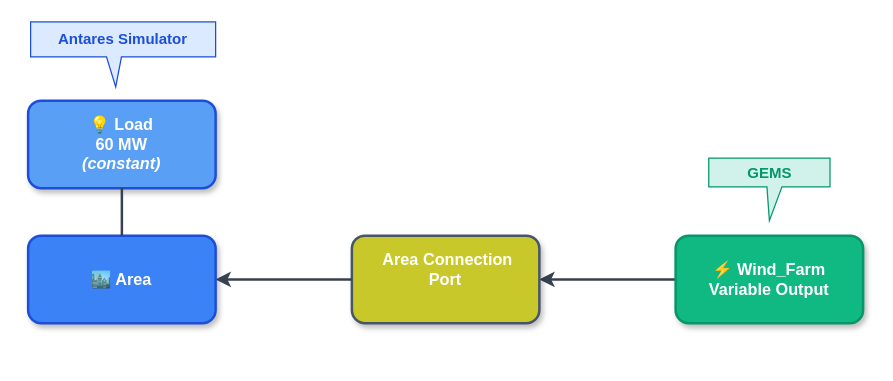
Earlier version of the draw.io diagram doc/assets/4_hybrid_study_scheme.drawio (AntaresSimulatorTeam/GEMS). Source tidied: cells renumbered, new cells numbered last; positions are measured from the earlier drawing's top-left corner, leaving out a move shared by most shapes. Both pictures are drawn from the tidied source at 125%, with x=0, y=0 at pixel (28, 21).
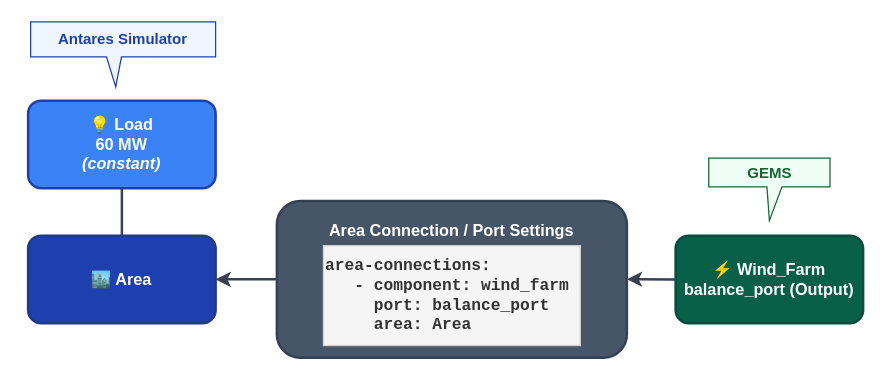
The same diagram, later.

The edit, as a diff of the source:
```diff
@@
 <mxGraphModel>
   <root>
     <mxCell id="0" />
     <mxCell id="1" parent="0" />
-    <mxCell id="2" value="Antares Simulator" style="shape=callout;whiteSpace=wrap;html=1;perimeter=calloutPerimeter;size=24;position=0.41;fillColor=#DBEAFE;strokeColor=#1D4ED8;strokeWidth=1;fontSize=12;fontStyle=1;fontColor=#1D4ED8;base=12;position2=0.46;" parent="1" vertex="1">
+    <mxCell id="2" value="Antares Simulator" style="shape=callout;whiteSpace=wrap;html=1;perimeter=calloutPerimeter;size=24;position=0.41;fillColor=#EFF6FF;strokeColor=#1E40AF;strokeWidth=1;fontSize=12;fontStyle=1;fontColor=#1E40AF;base=12;position2=0.46;" parent="1" vertex="1">
       <mxGeometry x="2" width="148" height="52" as="geometry" />
     </mxCell>
-    <mxCell id="3" value="🏙️ Area" style="rounded=1;whiteSpace=wrap;html=1;fillColor=#3B82F6;strokeColor=#1D4ED8;strokeWidth=2;fontColor=#FFFFFF;fontStyle=1;fontSize=13;shadow=1;" parent="1" vertex="1">
+    <mxCell id="3" value="🏙️ Area" style="rounded=1;whiteSpace=wrap;html=1;fillColor=#1E40AF;strokeColor=#1E3A8A;strokeWidth=2;fontColor=#FFFFFF;fontStyle=1;fontSize=13;" parent="1" vertex="1">
       <mxGeometry y="171" width="150" height="70" as="geometry" />
     </mxCell>
     <mxCell id="4" style="html=1;rounded=1;strokeWidth=2;strokeColor=#374151;exitX=0;exitY=0.5;exitDx=0;exitDy=0;entryX=1;entryY=0.5;entryDx=0;entryDy=0;" parent="1" edge="1" source="6" target="7">
       <mxGeometry relative="1" as="geometry" />
     </mxCell>
-    <mxCell id="5" value="GEMS" style="shape=callout;whiteSpace=wrap;html=1;perimeter=calloutPerimeter;size=27;position=0.48;fillColor=#D1F2EB;strokeColor=#059669;strokeWidth=1;fontSize=12;fontStyle=1;fontColor=#059669;base=12;" parent="1" vertex="1">
+    <mxCell id="5" value="GEMS" style="shape=callout;whiteSpace=wrap;html=1;perimeter=calloutPerimeter;size=27;position=0.48;fillColor=#F0FDF4;strokeColor=#166534;strokeWidth=1;fontSize=12;fontStyle=1;fontColor=#166534;base=12;" parent="1" vertex="1">
       <mxGeometry x="544.5" y="109" width="97" height="50" as="geometry" />
     </mxCell>
-    <mxCell id="6" value="⚡ Wind_Farm&lt;div&gt;Variable Output&lt;/div&gt;" style="rounded=1;whiteSpace=wrap;html=1;fillColor=#10B981;strokeColor=#059669;strokeWidth=2;fontColor=#FFFFFF;fontStyle=1;fontSize=13;shadow=1;" parent="1" vertex="1">
+    <mxCell id="6" value="⚡ Wind_Farm&lt;div&gt;balance_port (Output)&lt;/div&gt;" style="rounded=1;whiteSpace=wrap;html=1;fillColor=#065F46;strokeColor=#064E3B;strokeWidth=2;fontColor=#FFFFFF;fontStyle=1;fontSize=13;" parent="1" vertex="1">
       <mxGeometry x="518" y="171" width="150" height="70" as="geometry" />
     </mxCell>
-    <mxCell id="7" value="&amp;nbsp;Area Connection&lt;div&gt;Port&lt;br&gt;&lt;div&gt;&lt;br&gt;&lt;/div&gt;&lt;/div&gt;" style="rounded=1;whiteSpace=wrap;html=1;fillColor=#C9C82B;strokeColor=#475569;strokeWidth=2;fontColor=#FFFFFF;fontStyle=1;fontSize=13;shadow=1;" parent="1" vertex="1">
-      <mxGeometry x="259" y="171" width="150" height="70" as="geometry" />
+    <mxCell id="7" value="Area Connection /&amp;nbsp;&lt;span style=&quot;background-color: transparent; color: light-dark(rgb(255, 255, 255), rgb(18, 18, 18));&quot;&gt;Port Settings&lt;/span&gt;&lt;div&gt;&lt;br&gt;&lt;/div&gt;&lt;div&gt;&lt;br&gt;&lt;/div&gt;&lt;div&gt;&lt;br&gt;&lt;div&gt;&lt;div&gt;&lt;br&gt;&lt;/div&gt;&lt;/div&gt;&lt;div&gt;&lt;div class=&quot;scriptor-paragraph&quot; style=&quot;text-align: left;&quot;&gt;&amp;nbsp;&lt;/div&gt;&lt;/div&gt;&lt;/div&gt;" style="rounded=1;whiteSpace=wrap;html=1;fillColor=#475569;strokeColor=#334155;strokeWidth=2;fontColor=#FFFFFF;fontStyle=1;fontSize=13;" parent="1" vertex="1">
+      <mxGeometry x="199" y="143.2" width="280" height="125.5" as="geometry" />
     </mxCell>
-    <mxCell id="8" value="💡 Load&lt;br&gt;&lt;div&gt;60 MW&lt;br&gt;&lt;i&gt;(constant)&lt;/i&gt;&lt;/div&gt;" style="rounded=1;whiteSpace=wrap;html=1;fillColor=#599FF6;strokeColor=#1D4ED8;strokeWidth=2;fontColor=#FFFFFF;fontStyle=1;fontSize=13;shadow=1;" parent="1" vertex="1">
+    <mxCell id="8" value="💡 Load&lt;br&gt;&lt;div&gt;60 MW&lt;br&gt;&lt;i&gt;(constant)&lt;/i&gt;&lt;/div&gt;" style="rounded=1;whiteSpace=wrap;html=1;fillColor=#3B82F6;strokeColor=#1E40AF;strokeWidth=2;fontColor=#FFFFFF;fontStyle=1;fontSize=13;" parent="1" vertex="1">
       <mxGeometry y="63" width="150" height="70" as="geometry" />
     </mxCell>
     <mxCell id="9" style="endArrow=none;html=1;rounded=1;strokeWidth=2;strokeColor=#374151;exitX=0.5;exitY=1;exitDx=0;exitDy=0;entryX=0.5;entryY=0;entryDx=0;entryDy=0;" parent="1" edge="1" source="8" target="3">
       <mxGeometry relative="1" as="geometry" />
     </mxCell>
     <mxCell id="10" style="html=1;rounded=1;strokeWidth=2;strokeColor=#374151;exitX=0;exitY=0.5;exitDx=0;exitDy=0;entryX=1;entryY=0.5;entryDx=0;entryDy=0;" parent="1" edge="1" source="7" target="3">
       <mxGeometry relative="1" as="geometry" />
     </mxCell>
+    <mxCell id="11" value="&lt;div style=&quot;font-size: 13px; font-family: Courier New; text-align: left;&quot;&gt;&lt;b&gt;area-connections:&lt;/b&gt;&lt;/div&gt;&lt;div style=&quot;font-size: 13px; font-family: Courier New; text-align: left;&quot;&gt;&lt;b&gt;&amp;nbsp;&amp;nbsp; - component: wind_farm&lt;/b&gt;&lt;/div&gt;&lt;div style=&quot;font-size: 13px; font-family: Courier New; text-align: left;&quot;&gt;&lt;b&gt;&amp;nbsp;&amp;nbsp;&amp;nbsp;&amp;nbsp; port: balance_port&lt;/b&gt;&lt;/div&gt;&lt;div style=&quot;font-size: 13px; font-family: Courier New; text-align: left;&quot;&gt;&lt;b&gt;&amp;nbsp;&amp;nbsp;&amp;nbsp;&amp;nbsp; area: Area&lt;/b&gt;&lt;/div&gt;" style="rounded=4;whiteSpace=wrap;html=1;fillColor=#f5f5f5;strokeColor=#cccccc;strokeWidth=1;fontFamily=Courier New;fontSize=13;align=left;fontColor=#333333;" parent="1" vertex="1">
+      <mxGeometry x="236.2" y="179" width="205.6" height="80" as="geometry" />
+    </mxCell>
   </root>
 </mxGraphModel>
```
